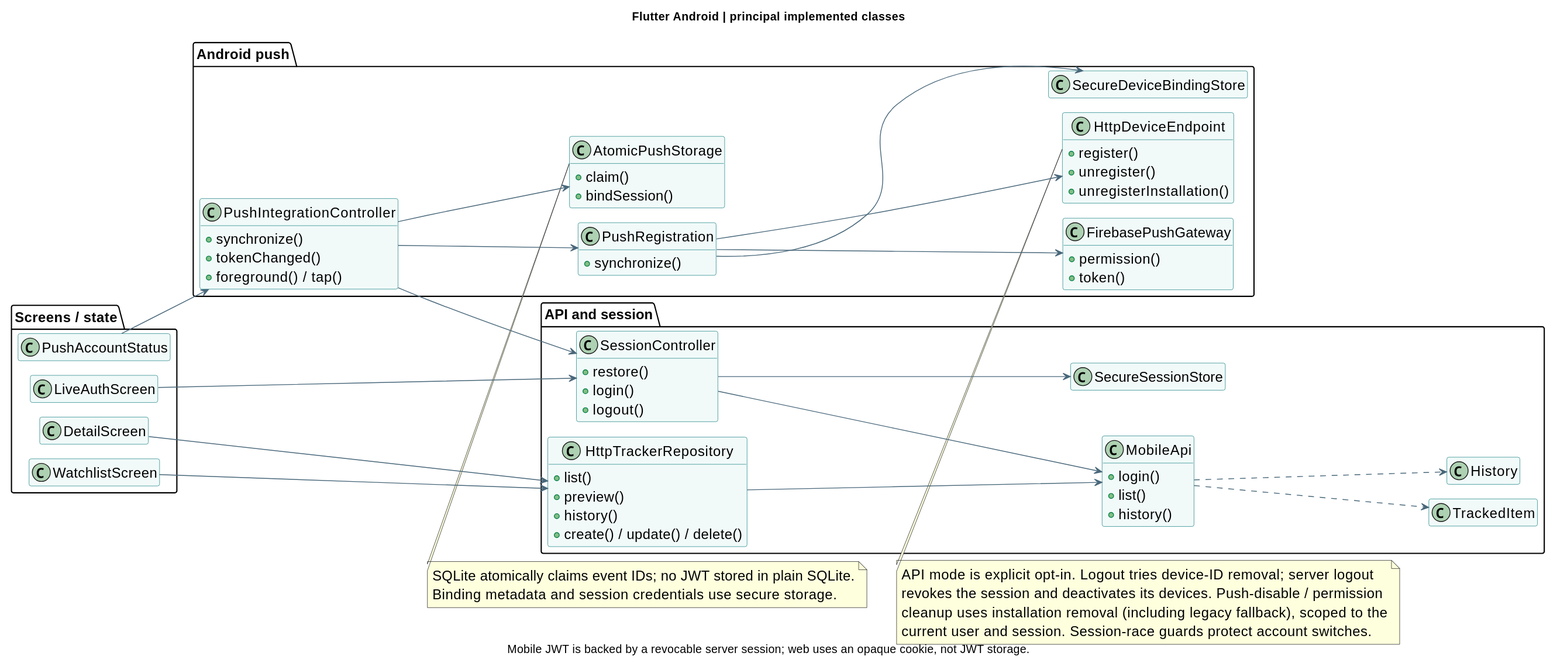
Before: docs/diagrams/presentation/mobile-class.svg, a diagram exported from PlantUML (aluciencozy/price-tracker).
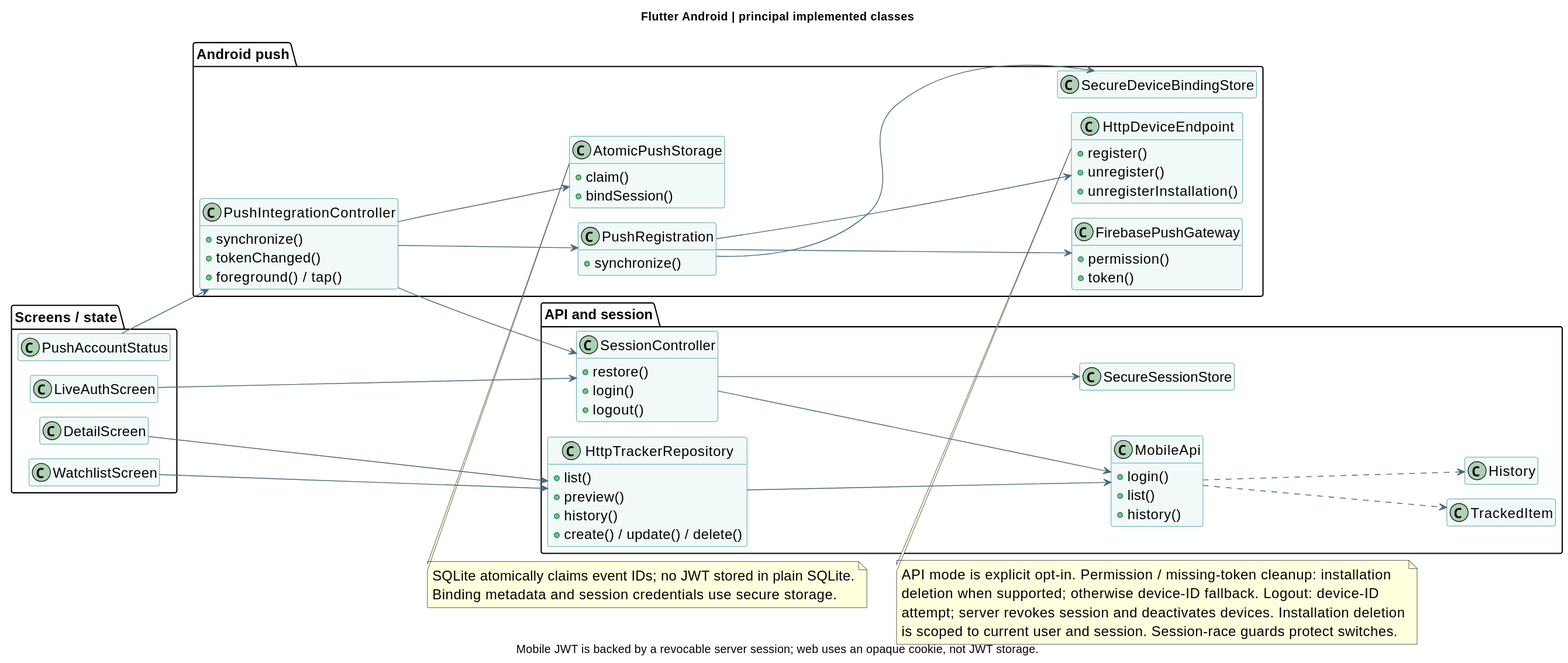
The same diagram one commit later.

Commit message:
Clarify mobile device cleanup fallback

Change to the diagram source:
```diff
@@ -81,10 +81,10 @@
  Binding metadata and session credentials use secure storage.
 end note
 note bottom of HttpDeviceEndpoint
- API mode is explicit opt-in. Logout tries device-ID removal; server logout
- revokes the session and deactivates its devices. Push-disable / permission
- cleanup uses installation removal (including legacy fallback), scoped to the
- current user and session. Session-race guards protect account switches.
+ API mode is explicit opt-in. Permission / missing-token cleanup: installation
+ deletion when supported; otherwise device-ID fallback. Logout: device-ID
+ attempt; server revokes session and deactivates devices. Installation deletion
+ is scoped to current user and session. Session-race guards protect switches.
 end note
 caption Mobile JWT is backed by a revocable server session; web uses an opaque cookie, not JWT storage.
 @enduml
```
